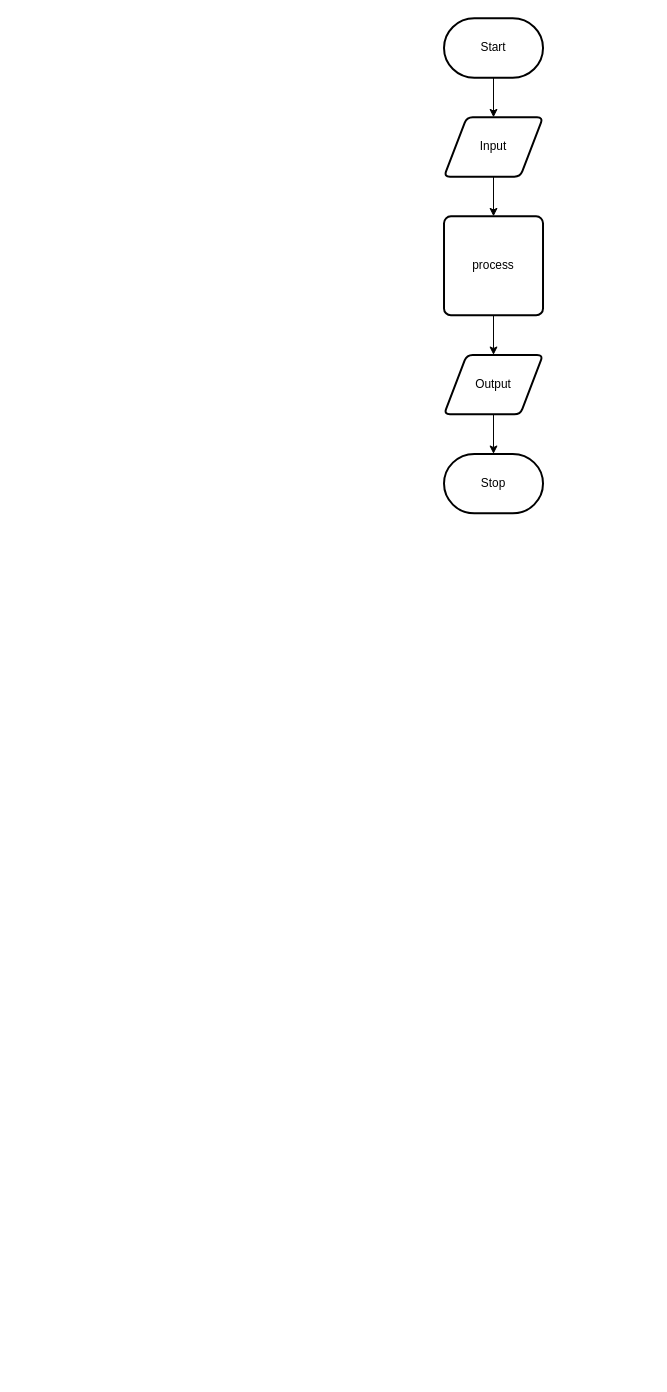
The draw.io diagram design/flow-chart.drawio in Ali-Mugamai/ICS20-A5-JS, before the edit. Source tidied: cells renumbered, new cells numbered last; positions are measured from the earlier drawing's top-left corner, leaving out a move shared by most shapes. Both pictures are drawn from the tidied source at 99%, with x=0, y=0 at pixel (444, 18).
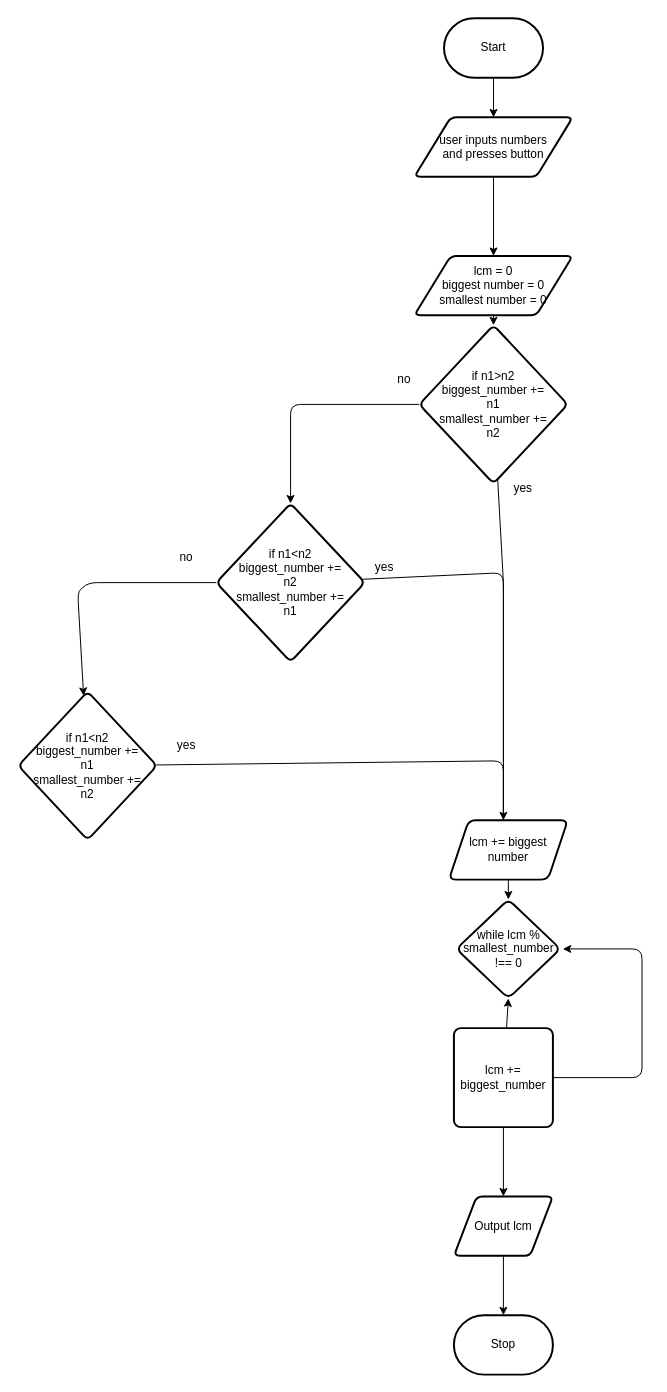
After the change.

What changed in the source:
```diff
@@
-    <mxCell id="4" style="edgeStyle=none;html=1;" parent="1" edge="1" source="5" target="7">
-      <mxGeometry relative="1" as="geometry" />
-    </mxCell>
+    <mxCell id="11" style="edgeStyle=none;html=1;" parent="1" edge="1" source="5" target="15">
+      <mxGeometry relative="1" as="geometry" />
+    </mxCell>
-    <mxCell id="5" value="Input" style="shape=parallelogram;html=1;strokeWidth=2;perimeter=parallelogramPerimeter;whiteSpace=wrap;rounded=1;arcSize=12;size=0.23;" parent="1" vertex="1">
-      <mxGeometry y="100" width="100" height="60" as="geometry" />
+    <mxCell id="5" value="user inputs numbers &lt;br&gt;and presses button" style="shape=parallelogram;html=1;strokeWidth=2;perimeter=parallelogramPerimeter;whiteSpace=wrap;rounded=1;arcSize=12;size=0.23;" parent="1" vertex="1">
+      <mxGeometry x="-30" y="100" width="160" height="60" as="geometry" />
     </mxCell>
@@
+    <mxCell id="12" style="edgeStyle=none;html=1;entryX=0.5;entryY=1;entryDx=0;entryDy=0;" parent="1" edge="1" source="7" target="31">
+      <mxGeometry relative="1" as="geometry" />
+    </mxCell>
+    <mxCell id="13" style="edgeStyle=none;html=1;" parent="1" edge="1" source="7">
+      <mxGeometry relative="1" as="geometry">
+        <mxPoint x="120" y="940" as="targetPoint" />
+        <Array as="points">
+          <mxPoint x="200" y="1070" />
+          <mxPoint x="200" y="940" />
+        </Array>
+      </mxGeometry>
+    </mxCell>
-    <mxCell id="7" value="process" style="rounded=1;whiteSpace=wrap;html=1;absoluteArcSize=1;arcSize=14;strokeWidth=2;" parent="1" vertex="1">
-      <mxGeometry y="200" width="100" height="100" as="geometry" />
+    <mxCell id="7" value="lcm += biggest_number" style="rounded=1;whiteSpace=wrap;html=1;absoluteArcSize=1;arcSize=14;strokeWidth=2;" parent="1" vertex="1">
+      <mxGeometry x="10" y="1020" width="100" height="100" as="geometry" />
     </mxCell>
@@
-    <mxCell id="9" value="Output" style="shape=parallelogram;html=1;strokeWidth=2;perimeter=parallelogramPerimeter;whiteSpace=wrap;rounded=1;arcSize=12;size=0.23;" parent="1" vertex="1">
-      <mxGeometry y="340" width="100" height="60" as="geometry" />
+    <mxCell id="9" value="Output lcm" style="shape=parallelogram;html=1;strokeWidth=2;perimeter=parallelogramPerimeter;whiteSpace=wrap;rounded=1;arcSize=12;size=0.23;" parent="1" vertex="1">
+      <mxGeometry x="10" y="1190" width="100" height="60" as="geometry" />
     </mxCell>
     <mxCell id="10" value="Stop" style="strokeWidth=2;html=1;shape=mxgraph.flowchart.terminator;whiteSpace=wrap;" parent="1" vertex="1">
-      <mxGeometry y="440" width="100" height="60" as="geometry" />
+      <mxGeometry x="10" y="1310" width="100" height="60" as="geometry" />
     </mxCell>
+    <mxCell id="14" style="edgeStyle=none;html=1;" parent="1" edge="1" source="15" target="18">
+      <mxGeometry relative="1" as="geometry" />
+    </mxCell>
+    <mxCell id="15" value="lcm = 0&lt;br&gt;biggest number = 0&lt;br&gt;smallest number = 0&lt;br&gt;" style="shape=parallelogram;html=1;strokeWidth=2;perimeter=parallelogramPerimeter;whiteSpace=wrap;rounded=1;arcSize=12;size=0.23;" parent="1" vertex="1">
+      <mxGeometry x="-30" y="240" width="160" height="60" as="geometry" />
+    </mxCell>
+    <mxCell id="16" style="edgeStyle=none;html=1;" parent="1" edge="1" source="18" target="21">
+      <mxGeometry relative="1" as="geometry">
+        <Array as="points">
+          <mxPoint x="-155" y="390" />
+        </Array>
+      </mxGeometry>
+    </mxCell>
+    <mxCell id="17" style="edgeStyle=none;html=1;" parent="1" edge="1" source="18">
+      <mxGeometry relative="1" as="geometry">
+        <mxPoint x="60" y="810" as="targetPoint" />
+        <Array as="points">
+          <mxPoint x="60" y="570" />
+        </Array>
+      </mxGeometry>
+    </mxCell>
+    <mxCell id="18" value="if n1&amp;gt;n2&lt;br&gt;biggest_number +=&lt;br&gt;n1&lt;br&gt;smallest_number +=&lt;br&gt;n2" style="rhombus;whiteSpace=wrap;html=1;strokeWidth=2;rounded=1;arcSize=12;" parent="1" vertex="1">
+      <mxGeometry x="-25" y="310" width="150" height="160" as="geometry" />
+    </mxCell>
+    <mxCell id="19" style="edgeStyle=none;html=1;" parent="1" edge="1" source="21" target="24">
+      <mxGeometry relative="1" as="geometry">
+        <Array as="points">
+          <mxPoint x="-360" y="570" />
+          <mxPoint x="-370" y="580" />
+        </Array>
+      </mxGeometry>
+    </mxCell>
+    <mxCell id="20" style="edgeStyle=none;html=1;" parent="1" edge="1" source="21">
+      <mxGeometry relative="1" as="geometry">
+        <mxPoint x="60" y="820" as="targetPoint" />
+        <Array as="points">
+          <mxPoint x="60" y="560" />
+        </Array>
+      </mxGeometry>
+    </mxCell>
+    <mxCell id="21" value="if n1&amp;lt;n2&lt;br&gt;biggest_number +=&lt;br&gt;n2&lt;br&gt;smallest_number +=&lt;br&gt;n1" style="rhombus;whiteSpace=wrap;html=1;strokeWidth=2;rounded=1;arcSize=12;" parent="1" vertex="1">
+      <mxGeometry x="-230" y="490" width="150" height="160" as="geometry" />
+    </mxCell>
+    <mxCell id="22" value="no" style="text;html=1;strokeColor=none;fillColor=none;align=center;verticalAlign=middle;whiteSpace=wrap;rounded=0;" parent="1" vertex="1">
+      <mxGeometry x="-70" y="350" width="60" height="30" as="geometry" />
+    </mxCell>
+    <mxCell id="23" style="edgeStyle=none;html=1;" parent="1" edge="1" source="24">
+      <mxGeometry relative="1" as="geometry">
+        <mxPoint x="60" y="820" as="targetPoint" />
+        <Array as="points">
+          <mxPoint x="60" y="750" />
+        </Array>
+      </mxGeometry>
+    </mxCell>
+    <mxCell id="24" value="&lt;span&gt;if n1&amp;lt;n2&lt;/span&gt;&lt;br&gt;&lt;span&gt;biggest_number +=&lt;/span&gt;&lt;br&gt;&lt;span&gt;n1&lt;/span&gt;&lt;br&gt;&lt;span&gt;smallest_number +=&lt;/span&gt;&lt;br&gt;&lt;span&gt;n2&lt;/span&gt;" style="rhombus;whiteSpace=wrap;html=1;strokeWidth=2;rounded=1;arcSize=12;" parent="1" vertex="1">
+      <mxGeometry x="-430" y="680" width="140" height="150" as="geometry" />
+    </mxCell>
+    <mxCell id="25" value="no" style="text;html=1;strokeColor=none;fillColor=none;align=center;verticalAlign=middle;whiteSpace=wrap;rounded=0;" parent="1" vertex="1">
+      <mxGeometry x="-290" y="530" width="60" height="30" as="geometry" />
+    </mxCell>
+    <mxCell id="26" value="yes" style="text;html=1;strokeColor=none;fillColor=none;align=center;verticalAlign=middle;whiteSpace=wrap;rounded=0;" parent="1" vertex="1">
+      <mxGeometry x="50" y="460" width="60" height="30" as="geometry" />
+    </mxCell>
+    <mxCell id="27" value="yes" style="text;html=1;strokeColor=none;fillColor=none;align=center;verticalAlign=middle;whiteSpace=wrap;rounded=0;" parent="1" vertex="1">
+      <mxGeometry x="-90" y="540" width="60" height="30" as="geometry" />
+    </mxCell>
+    <mxCell id="28" value="yes" style="text;html=1;strokeColor=none;fillColor=none;align=center;verticalAlign=middle;whiteSpace=wrap;rounded=0;" parent="1" vertex="1">
+      <mxGeometry x="-290" y="720" width="60" height="30" as="geometry" />
+    </mxCell>
+    <mxCell id="29" style="edgeStyle=none;html=1;" parent="1" edge="1" source="30" target="31">
+      <mxGeometry relative="1" as="geometry" />
+    </mxCell>
+    <mxCell id="30" value="lcm += biggest number" style="shape=parallelogram;perimeter=parallelogramPerimeter;whiteSpace=wrap;html=1;fixedSize=1;rounded=1;arcSize=14;strokeWidth=2;" parent="1" vertex="1">
+      <mxGeometry x="5" y="810" width="120" height="60" as="geometry" />
+    </mxCell>
+    <mxCell id="31" value="while lcm % smallest_number&lt;br&gt;!== 0" style="rhombus;whiteSpace=wrap;html=1;rounded=1;arcSize=14;strokeWidth=2;" parent="1" vertex="1">
+      <mxGeometry x="12.5" y="890" width="105" height="100" as="geometry" />
+    </mxCell>
```
